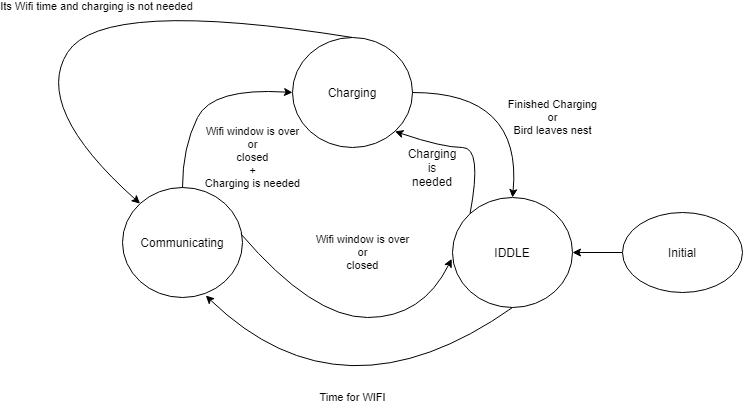
Earlier version of the draw.io export Utils/Drawio/Diagrama_de_Estados.png (tlondero/Dise-o). Source tidied: cells renumbered, new cells last; positions are measured from the earlier drawing's top-left corner, leaving out a move shared by most shapes. Source of this version:
```xml
<mxGraphModel>
  <root>
    <mxCell id="0" />
    <mxCell id="1" parent="0" />
    <mxCell id="2" value="Charging&lt;br&gt;" style="ellipse;whiteSpace=wrap;html=1;" parent="1" vertex="1">
      <mxGeometry x="260" y="40" width="120" height="110" as="geometry" />
    </mxCell>
    <mxCell id="3" value="IDDLE" style="ellipse;whiteSpace=wrap;html=1;" parent="1" vertex="1">
      <mxGeometry x="420" y="200" width="120" height="110" as="geometry" />
    </mxCell>
    <mxCell id="4" value="Communicating" style="ellipse;whiteSpace=wrap;html=1;" parent="1" vertex="1">
      <mxGeometry x="90" y="190" width="120" height="110" as="geometry" />
    </mxCell>
    <mxCell id="5" value="Wifi window is over&lt;br&gt;or&lt;br&gt;closed&lt;br&gt;+&lt;br&gt;Charging is needed" style="curved=1;endArrow=classic;html=1;exitX=0.5;exitY=0;exitDx=0;exitDy=0;entryX=0;entryY=0.5;entryDx=0;entryDy=0;" parent="1" edge="1" source="4" target="2">
      <mxGeometry x="-0.33" y="-67" relative="1" as="geometry">
        <Array as="points">
          <mxPoint x="150" y="150" />
          <mxPoint x="180" y="90" />
        </Array>
      </mxGeometry>
    </mxCell>
    <mxCell id="6" value="Finished Charging&lt;br&gt;or&lt;br&gt;Bird leaves nest" style="curved=1;endArrow=classic;html=1;exitX=1;exitY=0.5;exitDx=0;exitDy=0;entryX=0.5;entryY=0;entryDx=0;entryDy=0;" parent="1" edge="1" source="2" target="3">
      <mxGeometry x="0.23" y="32" relative="1" as="geometry">
        <Array as="points">
          <mxPoint x="490" y="95" />
        </Array>
      </mxGeometry>
    </mxCell>
    <mxCell id="7" value="Time for WIFI" style="curved=1;endArrow=classic;html=1;exitX=0.5;exitY=1;exitDx=0;exitDy=0;entryX=0.694;entryY=0.982;entryDx=0;entryDy=0;entryPerimeter=0;" parent="1" edge="1" source="3" target="4">
      <mxGeometry x="-0.08" y="-19" relative="1" as="geometry">
        <Array as="points">
          <mxPoint x="310" y="430" />
        </Array>
      </mxGeometry>
    </mxCell>
    <mxCell id="8" value="&#10;&#10;&lt;span style=&quot;color: rgb(0, 0, 0); font-family: helvetica; font-size: 11px; font-style: normal; font-weight: 400; letter-spacing: normal; text-align: center; text-indent: 0px; text-transform: none; word-spacing: 0px; background-color: rgb(255, 255, 255); display: inline; float: none;&quot;&gt;Wifi window is over&lt;/span&gt;&lt;br style=&quot;color: rgb(0, 0, 0); font-family: helvetica; font-size: 11px; font-style: normal; font-weight: 400; letter-spacing: normal; text-align: center; text-indent: 0px; text-transform: none; word-spacing: 0px;&quot;&gt;&lt;span style=&quot;color: rgb(0, 0, 0); font-family: helvetica; font-size: 11px; font-style: normal; font-weight: 400; letter-spacing: normal; text-align: center; text-indent: 0px; text-transform: none; word-spacing: 0px; background-color: rgb(255, 255, 255); display: inline; float: none;&quot;&gt;or&lt;/span&gt;&lt;br style=&quot;color: rgb(0, 0, 0); font-family: helvetica; font-size: 11px; font-style: normal; font-weight: 400; letter-spacing: normal; text-align: center; text-indent: 0px; text-transform: none; word-spacing: 0px;&quot;&gt;&lt;span style=&quot;color: rgb(0, 0, 0); font-family: helvetica; font-size: 11px; font-style: normal; font-weight: 400; letter-spacing: normal; text-align: center; text-indent: 0px; text-transform: none; word-spacing: 0px; background-color: rgb(255, 255, 255); display: inline; float: none;&quot;&gt;closed&lt;/span&gt;&#10;&#10;" style="curved=1;endArrow=classic;html=1;exitX=0.986;exitY=0.421;exitDx=0;exitDy=0;exitPerimeter=0;entryX=-0.007;entryY=0.558;entryDx=0;entryDy=0;entryPerimeter=0;" parent="1" edge="1" source="4" target="3">
      <mxGeometry x="0.12" y="65" relative="1" as="geometry">
        <Array as="points">
          <mxPoint x="280" y="320" />
          <mxPoint x="390" y="320" />
        </Array>
      </mxGeometry>
    </mxCell>
    <mxCell id="9" style="curved=1;endArrow=classic;html=1;entryX=1;entryY=1;entryDx=0;entryDy=0;exitX=0;exitY=0;exitDx=0;exitDy=0;" parent="1" edge="1" source="3" target="2">
      <mxGeometry relative="1" as="geometry">
        <Array as="points">
          <mxPoint x="450" y="150" />
          <mxPoint x="410" y="150" />
        </Array>
      </mxGeometry>
    </mxCell>
    <mxCell id="10" value="Charging is needed" style="text;html=1;strokeColor=none;fillColor=none;align=center;verticalAlign=middle;whiteSpace=wrap;rounded=0;" parent="1" vertex="1">
      <mxGeometry x="380" y="160" width="40" height="20" as="geometry" />
    </mxCell>
    <mxCell id="11" value="Its Wifi time and charging is not needed" style="curved=1;endArrow=classic;html=1;exitX=0.5;exitY=0;exitDx=0;exitDy=0;entryX=0;entryY=0;entryDx=0;entryDy=0;" parent="1" edge="1" source="2" target="4">
      <mxGeometry relative="1" as="geometry">
        <Array as="points">
          <mxPoint x="70" />
          <mxPoint y="110" />
        </Array>
      </mxGeometry>
    </mxCell>
    <mxCell id="12" style="edgeStyle=orthogonalEdgeStyle;rounded=0;jettySize=auto;html=1;" parent="1" edge="1" source="13" target="3">
      <mxGeometry relative="1" as="geometry" />
    </mxCell>
    <mxCell id="13" value="Initial" style="ellipse;whiteSpace=wrap;html=1;" parent="1" vertex="1">
      <mxGeometry x="590" y="215" width="120" height="80" as="geometry" />
    </mxCell>
  </root>
</mxGraphModel>
```
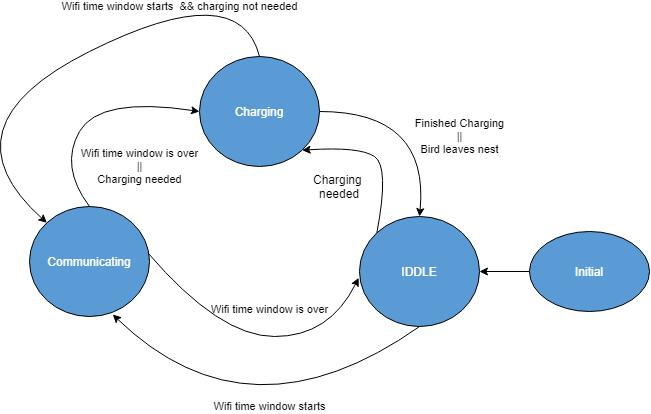
After the commit.

Diff of the diagram source:
```diff
@@ -1,69 +1,69 @@
 <mxGraphModel>
   <root>
-    <mxCell id="0" />
-    <mxCell id="1" parent="0" />
+    <mxCell id="14" />
+    <mxCell id="15" parent="14" />
-    <mxCell id="2" value="Charging&lt;br&gt;" style="ellipse;whiteSpace=wrap;html=1;" parent="1" vertex="1">
+    <mxCell id="2" value="Charging&lt;br&gt;" style="ellipse;whiteSpace=wrap;html=1;fillColor=#5B9BD5;fontColor=#FFFFFF;" parent="15" vertex="1">
       <mxGeometry x="260" y="40" width="120" height="110" as="geometry" />
     </mxCell>
-    <mxCell id="3" value="IDDLE" style="ellipse;whiteSpace=wrap;html=1;" parent="1" vertex="1">
+    <mxCell id="3" value="IDDLE" style="ellipse;whiteSpace=wrap;html=1;fillColor=#5B9BD5;fontColor=#FFFFFF;" parent="15" vertex="1">
       <mxGeometry x="420" y="200" width="120" height="110" as="geometry" />
     </mxCell>
-    <mxCell id="4" value="Communicating" style="ellipse;whiteSpace=wrap;html=1;" parent="1" vertex="1">
+    <mxCell id="4" value="Communicating" style="ellipse;whiteSpace=wrap;html=1;fillColor=#5B9BD5;fontColor=#FFFFFF;" parent="15" vertex="1">
       <mxGeometry x="90" y="190" width="120" height="110" as="geometry" />
     </mxCell>
-    <mxCell id="5" value="Wifi window is over&lt;br&gt;or&lt;br&gt;closed&lt;br&gt;+&lt;br&gt;Charging is needed" style="curved=1;endArrow=classic;html=1;exitX=0.5;exitY=0;exitDx=0;exitDy=0;entryX=0;entryY=0.5;entryDx=0;entryDy=0;" parent="1" edge="1" source="4" target="2">
-      <mxGeometry x="-0.33" y="-67" relative="1" as="geometry">
+    <mxCell id="5" value="Wifi time window is over&lt;br&gt;||&lt;br&gt;Charging needed" style="curved=1;endArrow=classic;html=1;exitX=0.5;exitY=0;exitDx=0;exitDy=0;entryX=0;entryY=0.5;entryDx=0;entryDy=0;labelBackgroundColor=none;" parent="15" edge="1" source="4" target="2">
+      <mxGeometry x="0.56" y="-63" relative="1" as="geometry">
         <Array as="points">
-          <mxPoint x="150" y="150" />
-          <mxPoint x="180" y="90" />
+          <mxPoint x="120" y="150" />
+          <mxPoint x="160" y="80" />
         </Array>
       </mxGeometry>
     </mxCell>
-    <mxCell id="6" value="Finished Charging&lt;br&gt;or&lt;br&gt;Bird leaves nest" style="curved=1;endArrow=classic;html=1;exitX=1;exitY=0.5;exitDx=0;exitDy=0;entryX=0.5;entryY=0;entryDx=0;entryDy=0;" parent="1" edge="1" source="2" target="3">
+    <mxCell id="6" value="Finished Charging&lt;br&gt;||&lt;br&gt;Bird leaves nest" style="curved=1;endArrow=classic;html=1;exitX=1;exitY=0.5;exitDx=0;exitDy=0;entryX=0.5;entryY=0;entryDx=0;entryDy=0;labelBackgroundColor=none;" parent="15" edge="1" source="2" target="3">
       <mxGeometry x="0.23" y="32" relative="1" as="geometry">
         <Array as="points">
           <mxPoint x="490" y="95" />
         </Array>
       </mxGeometry>
     </mxCell>
-    <mxCell id="7" value="Time for WIFI" style="curved=1;endArrow=classic;html=1;exitX=0.5;exitY=1;exitDx=0;exitDy=0;entryX=0.694;entryY=0.982;entryDx=0;entryDy=0;entryPerimeter=0;" parent="1" edge="1" source="3" target="4">
-      <mxGeometry x="-0.08" y="-19" relative="1" as="geometry">
+    <mxCell id="7" value="Wifi time window starts" style="curved=1;endArrow=classic;html=1;exitX=0.5;exitY=1;exitDx=0;exitDy=0;entryX=0.694;entryY=0.982;entryDx=0;entryDy=0;entryPerimeter=0;labelBackgroundColor=none;" parent="15" edge="1" source="3" target="4">
+      <mxGeometry x="-0.15" y="-21" relative="1" as="geometry">
         <Array as="points">
           <mxPoint x="310" y="430" />
         </Array>
       </mxGeometry>
     </mxCell>
-    <mxCell id="8" value="&#10;&#10;&lt;span style=&quot;color: rgb(0, 0, 0); font-family: helvetica; font-size: 11px; font-style: normal; font-weight: 400; letter-spacing: normal; text-align: center; text-indent: 0px; text-transform: none; word-spacing: 0px; background-color: rgb(255, 255, 255); display: inline; float: none;&quot;&gt;Wifi window is over&lt;/span&gt;&lt;br style=&quot;color: rgb(0, 0, 0); font-family: helvetica; font-size: 11px; font-style: normal; font-weight: 400; letter-spacing: normal; text-align: center; text-indent: 0px; text-transform: none; word-spacing: 0px;&quot;&gt;&lt;span style=&quot;color: rgb(0, 0, 0); font-family: helvetica; font-size: 11px; font-style: normal; font-weight: 400; letter-spacing: normal; text-align: center; text-indent: 0px; text-transform: none; word-spacing: 0px; background-color: rgb(255, 255, 255); display: inline; float: none;&quot;&gt;or&lt;/span&gt;&lt;br style=&quot;color: rgb(0, 0, 0); font-family: helvetica; font-size: 11px; font-style: normal; font-weight: 400; letter-spacing: normal; text-align: center; text-indent: 0px; text-transform: none; word-spacing: 0px;&quot;&gt;&lt;span style=&quot;color: rgb(0, 0, 0); font-family: helvetica; font-size: 11px; font-style: normal; font-weight: 400; letter-spacing: normal; text-align: center; text-indent: 0px; text-transform: none; word-spacing: 0px; background-color: rgb(255, 255, 255); display: inline; float: none;&quot;&gt;closed&lt;/span&gt;&#10;&#10;" style="curved=1;endArrow=classic;html=1;exitX=0.986;exitY=0.421;exitDx=0;exitDy=0;exitPerimeter=0;entryX=-0.007;entryY=0.558;entryDx=0;entryDy=0;entryPerimeter=0;" parent="1" edge="1" source="4" target="3">
-      <mxGeometry x="0.12" y="65" relative="1" as="geometry">
+    <mxCell id="8" value="&lt;br&gt;&lt;br&gt;&lt;span style=&quot;color: rgb(0 , 0 , 0) ; font-family: &amp;#34;helvetica&amp;#34; ; font-size: 11px ; font-style: normal ; font-weight: 400 ; letter-spacing: normal ; text-align: center ; text-indent: 0px ; text-transform: none ; word-spacing: 0px ; display: inline ; float: none&quot;&gt;Wifi time window is over&lt;/span&gt;" style="curved=1;endArrow=classic;html=1;exitX=0.986;exitY=0.421;exitDx=0;exitDy=0;exitPerimeter=0;entryX=-0.007;entryY=0.558;entryDx=0;entryDy=0;entryPerimeter=0;labelBackgroundColor=none;" parent="15" edge="1" source="4" target="3">
+      <mxGeometry x="0.12" y="40" relative="1" as="geometry">
         <Array as="points">
           <mxPoint x="280" y="320" />
           <mxPoint x="390" y="320" />
         </Array>
       </mxGeometry>
     </mxCell>
-    <mxCell id="9" style="curved=1;endArrow=classic;html=1;entryX=1;entryY=1;entryDx=0;entryDy=0;exitX=0;exitY=0;exitDx=0;exitDy=0;" parent="1" edge="1" source="3" target="2">
+    <mxCell id="9" style="curved=1;endArrow=classic;html=1;entryX=1;entryY=1;entryDx=0;entryDy=0;exitX=0;exitY=0;exitDx=0;exitDy=0;" parent="15" edge="1" source="3" target="2">
       <mxGeometry relative="1" as="geometry">
         <Array as="points">
           <mxPoint x="450" y="150" />
-          <mxPoint x="410" y="150" />
+          <mxPoint x="420" y="130" />
         </Array>
       </mxGeometry>
     </mxCell>
-    <mxCell id="10" value="Charging is needed" style="text;html=1;strokeColor=none;fillColor=none;align=center;verticalAlign=middle;whiteSpace=wrap;rounded=0;" parent="1" vertex="1">
-      <mxGeometry x="380" y="160" width="40" height="20" as="geometry" />
-    </mxCell>
+    <mxCell id="16" value="Charging&amp;nbsp; needed" style="text;html=1;strokeColor=none;fillColor=none;align=center;verticalAlign=middle;whiteSpace=wrap;rounded=0;" parent="15" vertex="1">
+      <mxGeometry x="380" y="160" width="40" height="20" as="geometry" />
+    </mxCell>
-    <mxCell id="11" value="Its Wifi time and charging is not needed" style="curved=1;endArrow=classic;html=1;exitX=0.5;exitY=0;exitDx=0;exitDy=0;entryX=0;entryY=0;entryDx=0;entryDy=0;" parent="1" edge="1" source="2" target="4">
-      <mxGeometry relative="1" as="geometry">
+    <mxCell id="11" value="Wifi time window starts&amp;nbsp; &amp;amp;&amp;amp; charging not needed" style="curved=1;endArrow=classic;html=1;exitX=0.5;exitY=0;exitDx=0;exitDy=0;entryX=0;entryY=0;entryDx=0;entryDy=0;labelBackgroundColor=none;" parent="15" edge="1" source="2" target="4">
+      <mxGeometry x="-0.47" relative="1" as="geometry">
         <Array as="points">
-          <mxPoint x="70" />
+          <mxPoint x="300" y="-40" />
           <mxPoint y="110" />
         </Array>
       </mxGeometry>
     </mxCell>
-    <mxCell id="12" style="edgeStyle=orthogonalEdgeStyle;rounded=0;jettySize=auto;html=1;" parent="1" edge="1" source="13" target="3">
+    <mxCell id="12" style="edgeStyle=orthogonalEdgeStyle;rounded=0;jettySize=auto;html=1;" parent="15" edge="1" source="13" target="3">
       <mxGeometry relative="1" as="geometry" />
     </mxCell>
-    <mxCell id="13" value="Initial" style="ellipse;whiteSpace=wrap;html=1;" parent="1" vertex="1">
+    <mxCell id="13" value="Initial" style="ellipse;whiteSpace=wrap;html=1;fillColor=#5B9BD5;fontColor=#FFFFFF;" parent="15" vertex="1">
       <mxGeometry x="590" y="215" width="120" height="80" as="geometry" />
     </mxCell>
   </root>
```
